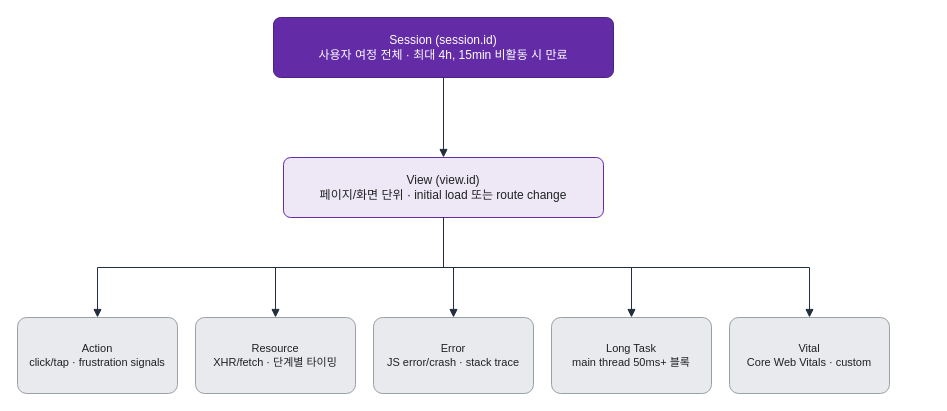
Before: assets/img/observability/datadog-rum-01-data-model.drawio in KKamJi98/kkamji98.github.io, a draw.io diagram. Source tidied: cells renumbered, new cells numbered last; positions are measured from the earlier drawing's top-left corner, leaving out a move shared by most shapes. Both pictures are drawn from the tidied source at 100%, with x=0, y=0 at pixel (17, 17).
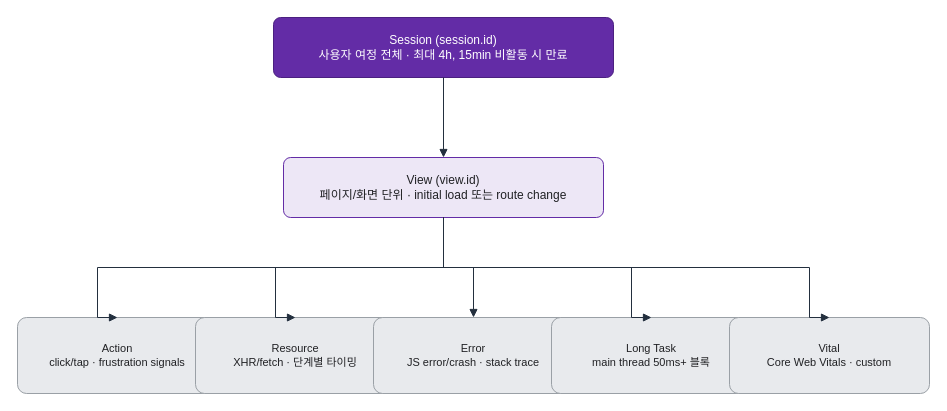
Above is the later version.

Diff of the diagram source:
```diff
@@
-    <mxCell id="2" value="Session  (session.id)&#10;사용자 여정 전체 · 최대 4h, 15min 비활동 시 만료" style="rounded=1;whiteSpace=wrap;html=1;arcSize=12;shadow=0;fillColor=#632CA6;strokeColor=#4B2080;fontColor=#FFFFFF;fontSize=12;verticalAlign=middle;" parent="1" vertex="1">
+    <mxCell id="2" value="Session  (session.id)&#10;사용자 여정 전체 · 최대 4h, 15min 비활동 시 만료" style="rounded=1;whiteSpace=wrap;html=0;arcSize=12;shadow=0;fillColor=#632CA6;strokeColor=#4B2080;fontColor=#FFFFFF;fontSize=12;verticalAlign=middle;" parent="1" vertex="1">
       <mxGeometry x="256" width="340" height="60" as="geometry" />
     </mxCell>
-    <mxCell id="3" value="View  (view.id)&#10;페이지/화면 단위 · initial load 또는 route change" style="rounded=1;whiteSpace=wrap;html=1;arcSize=12;shadow=0;fillColor=#EDE7F6;strokeColor=#632CA6;fontColor=#202124;fontSize=12;verticalAlign=middle;" parent="1" vertex="1">
+    <mxCell id="3" value="View  (view.id)&#10;페이지/화면 단위 · initial load 또는 route change" style="rounded=1;whiteSpace=wrap;html=0;arcSize=12;shadow=0;fillColor=#EDE7F6;strokeColor=#632CA6;fontColor=#202124;fontSize=12;verticalAlign=middle;" parent="1" vertex="1">
       <mxGeometry x="266" y="140" width="320" height="60" as="geometry" />
     </mxCell>
-    <mxCell id="4" value="Action&#10;click/tap · frustration signals" style="rounded=1;whiteSpace=wrap;html=1;arcSize=12;shadow=0;fillColor=#E8EAED;strokeColor=#9AA0A6;fontColor=#202124;fontSize=11;verticalAlign=middle;" parent="1" vertex="1">
-      <mxGeometry y="300" width="160" height="76" as="geometry" />
+    <mxCell id="4" value="Action&#10;click/tap · frustration signals" style="rounded=1;whiteSpace=wrap;html=0;arcSize=12;shadow=0;fillColor=#E8EAED;strokeColor=#9AA0A6;fontColor=#202124;fontSize=11;verticalAlign=middle;" parent="1" vertex="1">
+      <mxGeometry y="300" width="200" height="76" as="geometry" />
     </mxCell>
-    <mxCell id="5" value="Resource&#10;XHR/fetch · 단계별 타이밍" style="rounded=1;whiteSpace=wrap;html=1;arcSize=12;shadow=0;fillColor=#E8EAED;strokeColor=#9AA0A6;fontColor=#202124;fontSize=11;verticalAlign=middle;" parent="1" vertex="1">
-      <mxGeometry x="178" y="300" width="160" height="76" as="geometry" />
+    <mxCell id="5" value="Resource&#10;XHR/fetch · 단계별 타이밍" style="rounded=1;whiteSpace=wrap;html=0;arcSize=12;shadow=0;fillColor=#E8EAED;strokeColor=#9AA0A6;fontColor=#202124;fontSize=11;verticalAlign=middle;" parent="1" vertex="1">
+      <mxGeometry x="178" y="300" width="200" height="76" as="geometry" />
     </mxCell>
-    <mxCell id="6" value="Error&#10;JS error/crash · stack trace" style="rounded=1;whiteSpace=wrap;html=1;arcSize=12;shadow=0;fillColor=#E8EAED;strokeColor=#9AA0A6;fontColor=#202124;fontSize=11;verticalAlign=middle;" parent="1" vertex="1">
-      <mxGeometry x="356" y="300" width="160" height="76" as="geometry" />
+    <mxCell id="6" value="Error&#10;JS error/crash · stack trace" style="rounded=1;whiteSpace=wrap;html=0;arcSize=12;shadow=0;fillColor=#E8EAED;strokeColor=#9AA0A6;fontColor=#202124;fontSize=11;verticalAlign=middle;" parent="1" vertex="1">
+      <mxGeometry x="356" y="300" width="200" height="76" as="geometry" />
     </mxCell>
-    <mxCell id="7" value="Long Task&#10;main thread 50ms+ 블록" style="rounded=1;whiteSpace=wrap;html=1;arcSize=12;shadow=0;fillColor=#E8EAED;strokeColor=#9AA0A6;fontColor=#202124;fontSize=11;verticalAlign=middle;" parent="1" vertex="1">
-      <mxGeometry x="534" y="300" width="160" height="76" as="geometry" />
+    <mxCell id="7" value="Long Task&#10;main thread 50ms+ 블록" style="rounded=1;whiteSpace=wrap;html=0;arcSize=12;shadow=0;fillColor=#E8EAED;strokeColor=#9AA0A6;fontColor=#202124;fontSize=11;verticalAlign=middle;" parent="1" vertex="1">
+      <mxGeometry x="534" y="300" width="200" height="76" as="geometry" />
     </mxCell>
-    <mxCell id="8" value="Vital&#10;Core Web Vitals · custom" style="rounded=1;whiteSpace=wrap;html=1;arcSize=12;shadow=0;fillColor=#E8EAED;strokeColor=#9AA0A6;fontColor=#202124;fontSize=11;verticalAlign=middle;" parent="1" vertex="1">
-      <mxGeometry x="712" y="300" width="160" height="76" as="geometry" />
+    <mxCell id="8" value="Vital&#10;Core Web Vitals · custom" style="rounded=1;whiteSpace=wrap;html=0;arcSize=12;shadow=0;fillColor=#E8EAED;strokeColor=#9AA0A6;fontColor=#202124;fontSize=11;verticalAlign=middle;" parent="1" vertex="1">
+      <mxGeometry x="712" y="300" width="200" height="76" as="geometry" />
     </mxCell>
-    <mxCell id="9" style="edgeStyle=orthogonalEdgeStyle;rounded=0;html=1;exitX=0.5;exitY=1;entryX=0.5;entryY=0;strokeColor=#232F3E;endArrow=block;labelBackgroundColor=none;" parent="1" edge="1" source="2" target="3">
+    <mxCell id="9" style="edgeStyle=orthogonalEdgeStyle;rounded=0;html=0;exitX=0.5;exitY=1;entryX=0.5;entryY=0;strokeColor=#232F3E;endArrow=block;labelBackgroundColor=none;" parent="1" edge="1" source="2" target="3">
       <mxGeometry relative="1" as="geometry" />
     </mxCell>
-    <mxCell id="10" style="edgeStyle=orthogonalEdgeStyle;rounded=0;html=1;exitX=0.5;exitY=1;entryX=0.5;entryY=0;strokeColor=#232F3E;endArrow=block;labelBackgroundColor=none;" parent="1" edge="1" source="3" target="4">
+    <mxCell id="10" style="edgeStyle=orthogonalEdgeStyle;rounded=0;html=0;exitX=0.5;exitY=1;entryX=0.5;entryY=0;strokeColor=#232F3E;endArrow=block;labelBackgroundColor=none;" parent="1" edge="1" source="3" target="4">
       <mxGeometry relative="1" as="geometry">
         <Array as="points">
           <mxPoint x="426" y="250" />
           <mxPoint x="80" y="250" />
         </Array>
       </mxGeometry>
     </mxCell>
-    <mxCell id="11" style="edgeStyle=orthogonalEdgeStyle;rounded=0;html=1;exitX=0.5;exitY=1;entryX=0.5;entryY=0;strokeColor=#232F3E;endArrow=block;labelBackgroundColor=none;" parent="1" edge="1" source="3" target="5">
+    <mxCell id="11" style="edgeStyle=orthogonalEdgeStyle;rounded=0;html=0;exitX=0.5;exitY=1;entryX=0.5;entryY=0;strokeColor=#232F3E;endArrow=block;labelBackgroundColor=none;" parent="1" edge="1" source="3" target="5">
       <mxGeometry relative="1" as="geometry">
         <Array as="points">
           <mxPoint x="426" y="250" />
           <mxPoint x="258" y="250" />
         </Array>
       </mxGeometry>
     </mxCell>
-    <mxCell id="12" style="edgeStyle=orthogonalEdgeStyle;rounded=0;html=1;exitX=0.5;exitY=1;entryX=0.5;entryY=0;strokeColor=#232F3E;endArrow=block;labelBackgroundColor=none;" parent="1" edge="1" source="3" target="6">
-      <mxGeometry relative="1" as="geometry">
-        <Array as="points">
-          <mxPoint x="426" y="250" />
-          <mxPoint x="436" y="250" />
-        </Array>
-      </mxGeometry>
+    <mxCell id="12" style="edgeStyle=orthogonalEdgeStyle;rounded=0;html=0;exitX=0.5;exitY=1;entryX=0.5;entryY=0;strokeColor=#232F3E;endArrow=block;labelBackgroundColor=none;" parent="1" edge="1" source="3" target="6">
+      <mxGeometry relative="1" as="geometry" />
     </mxCell>
-    <mxCell id="13" style="edgeStyle=orthogonalEdgeStyle;rounded=0;html=1;exitX=0.5;exitY=1;entryX=0.5;entryY=0;strokeColor=#232F3E;endArrow=block;labelBackgroundColor=none;" parent="1" edge="1" source="3" target="7">
+    <mxCell id="13" style="edgeStyle=orthogonalEdgeStyle;rounded=0;html=0;exitX=0.5;exitY=1;entryX=0.5;entryY=0;strokeColor=#232F3E;endArrow=block;labelBackgroundColor=none;" parent="1" edge="1" source="3" target="7">
       <mxGeometry relative="1" as="geometry">
         <Array as="points">
           <mxPoint x="426" y="250" />
           <mxPoint x="614" y="250" />
         </Array>
       </mxGeometry>
     </mxCell>
-    <mxCell id="14" style="edgeStyle=orthogonalEdgeStyle;rounded=0;html=1;exitX=0.5;exitY=1;entryX=0.5;entryY=0;strokeColor=#232F3E;endArrow=block;labelBackgroundColor=none;" parent="1" edge="1" source="3" target="8">
+    <mxCell id="14" style="edgeStyle=orthogonalEdgeStyle;rounded=0;html=0;exitX=0.5;exitY=1;entryX=0.5;entryY=0;strokeColor=#232F3E;endArrow=block;labelBackgroundColor=none;" parent="1" edge="1" source="3" target="8">
       <mxGeometry relative="1" as="geometry">
         <Array as="points">
           <mxPoint x="426" y="250" />
           <mxPoint x="792" y="250" />
         </Array>
       </mxGeometry>
     </mxCell>
```
